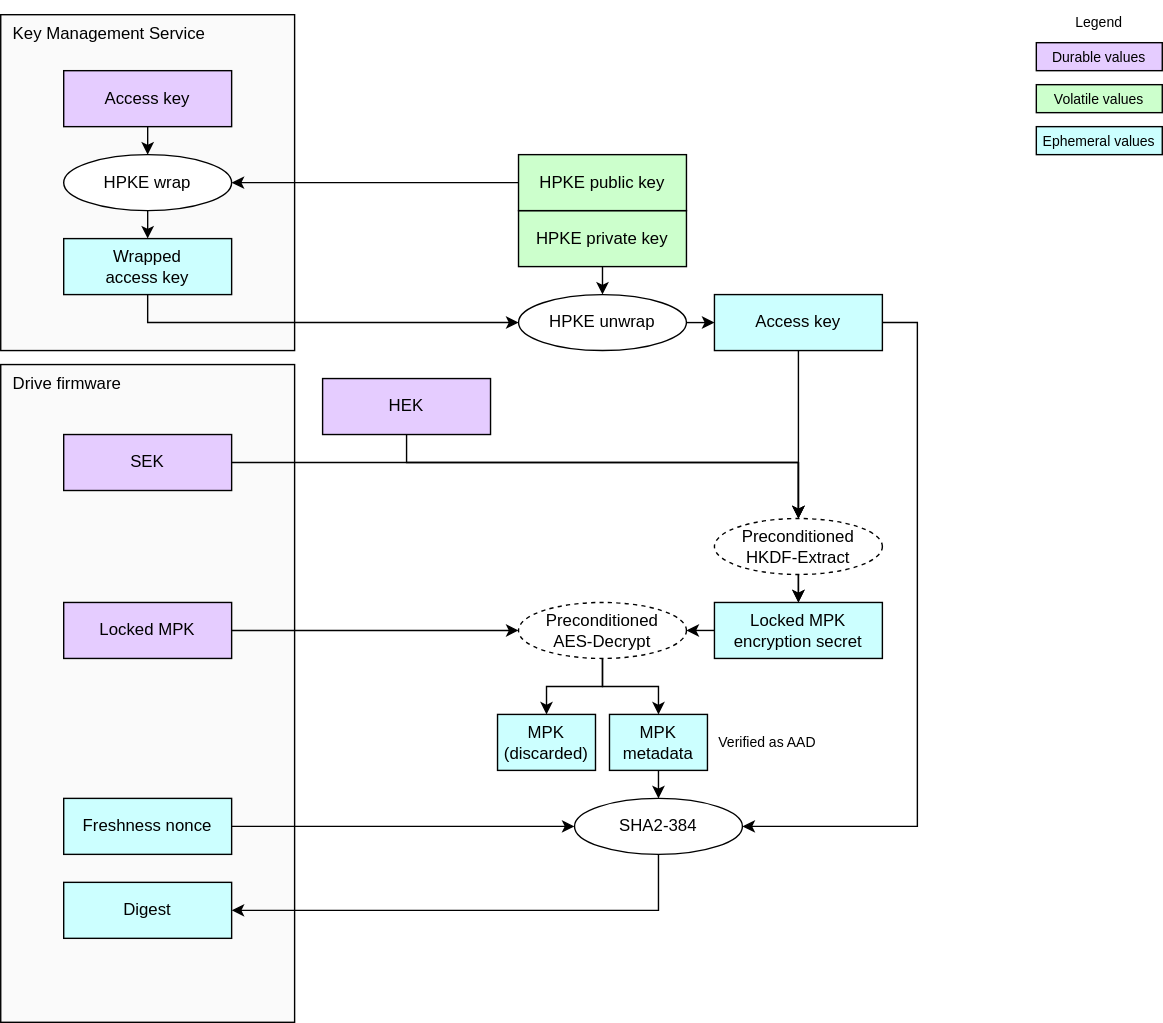
Before: doc/ocp_lock/diagrams/mpk_access_key_testing.drawio.svg, a diagram exported from draw.io (chipsalliance/Caliptra). Source tidied: cells renumbered, new cells last; positions are measured from the earlier drawing's top-left corner, leaving out a move shared by most shapes.
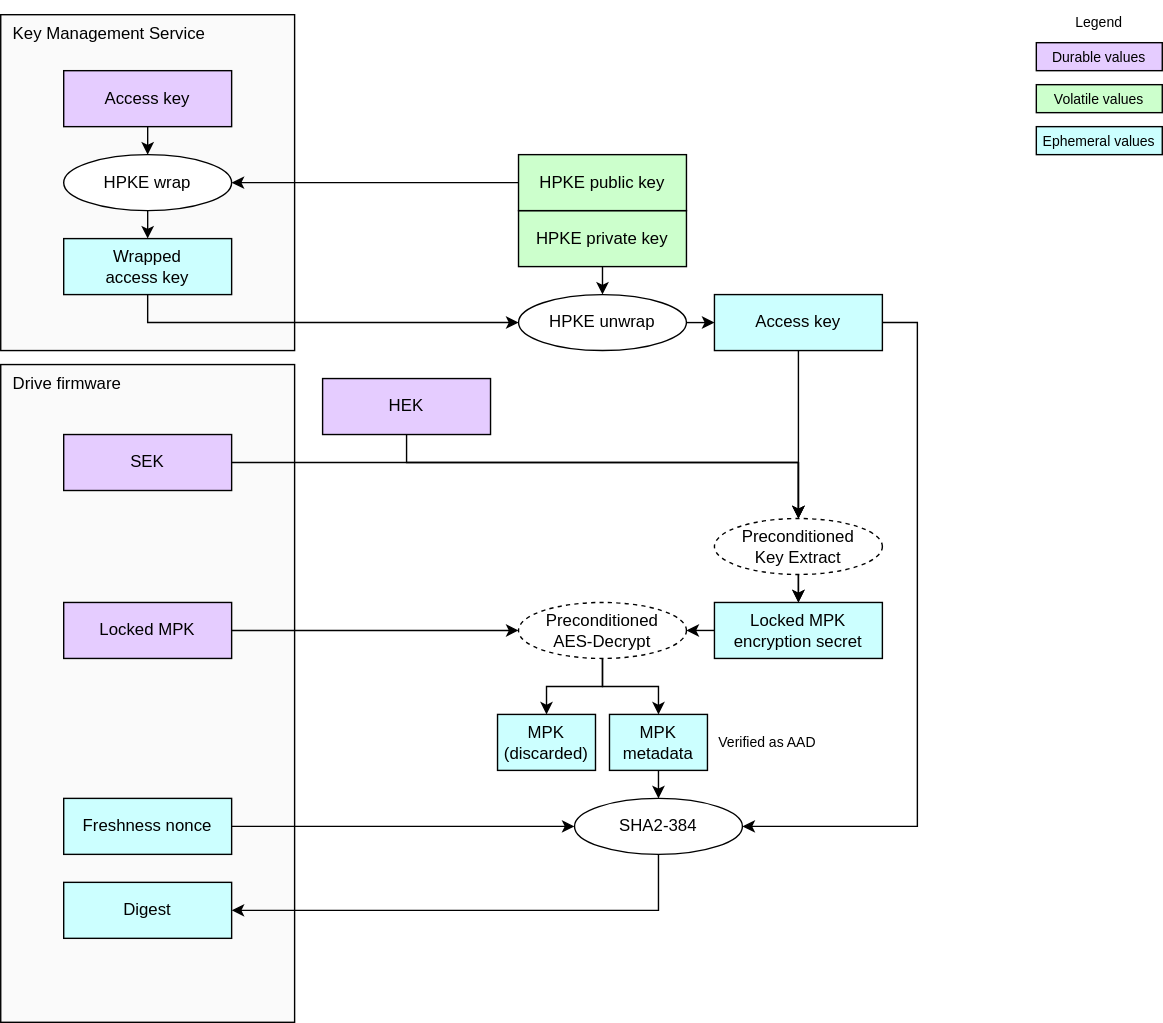
Above is the later version.

Commit message:
Remove references to HKDF.

What changed in the source:
```diff
@@ -104,7 +104,7 @@
     <mxCell id="29" style="edgeStyle=none;html=1;" parent="1" edge="1" source="30" target="32">
       <mxGeometry relative="1" as="geometry" />
     </mxCell>
-    <mxCell id="30" value="Preconditioned&lt;div&gt;HKDF-Extract&lt;/div&gt;" style="ellipse;whiteSpace=wrap;html=1;fillColor=#FFFFFF;dashed=1;" parent="1" vertex="1">
+    <mxCell id="30" value="&lt;span style=&quot;color: rgb(0, 0, 0);&quot;&gt;Preconditioned&lt;/span&gt;&lt;div&gt;Key Extract&lt;/div&gt;" style="ellipse;whiteSpace=wrap;html=1;fillColor=#FFFFFF;dashed=1;" parent="1" vertex="1">
       <mxGeometry x="510" y="370" width="120" height="40" as="geometry" />
     </mxCell>
     <mxCell id="31" style="edgeStyle=none;html=1;exitX=0;exitY=0.5;exitDx=0;exitDy=0;entryX=1;entryY=0.5;entryDx=0;entryDy=0;" parent="1" edge="1" source="32" target="35">
```
